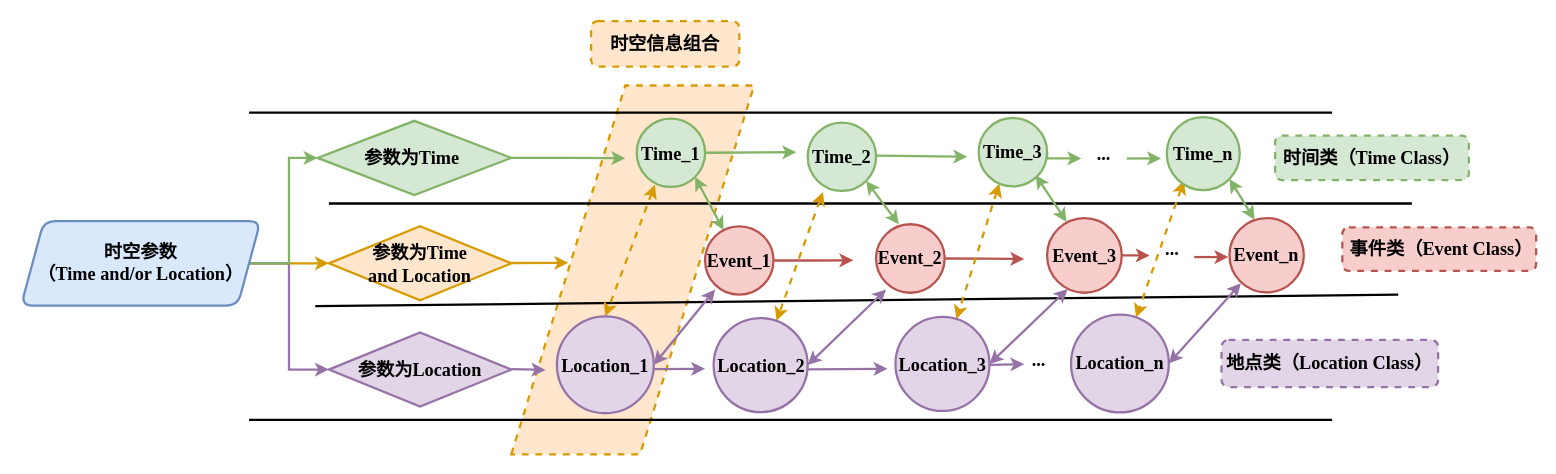
junchaoIU/Diagrams_library keeps this draw.io diagram as time-space_model.drawio. Above is the earlier version. Source tidied: cells renumbered, new cells numbered last; positions are measured from the earlier drawing's top-left corner, leaving out a move shared by most shapes. Both pictures are drawn from the tidied source at 114%, with x=0, y=0 at pixel (21, 21).
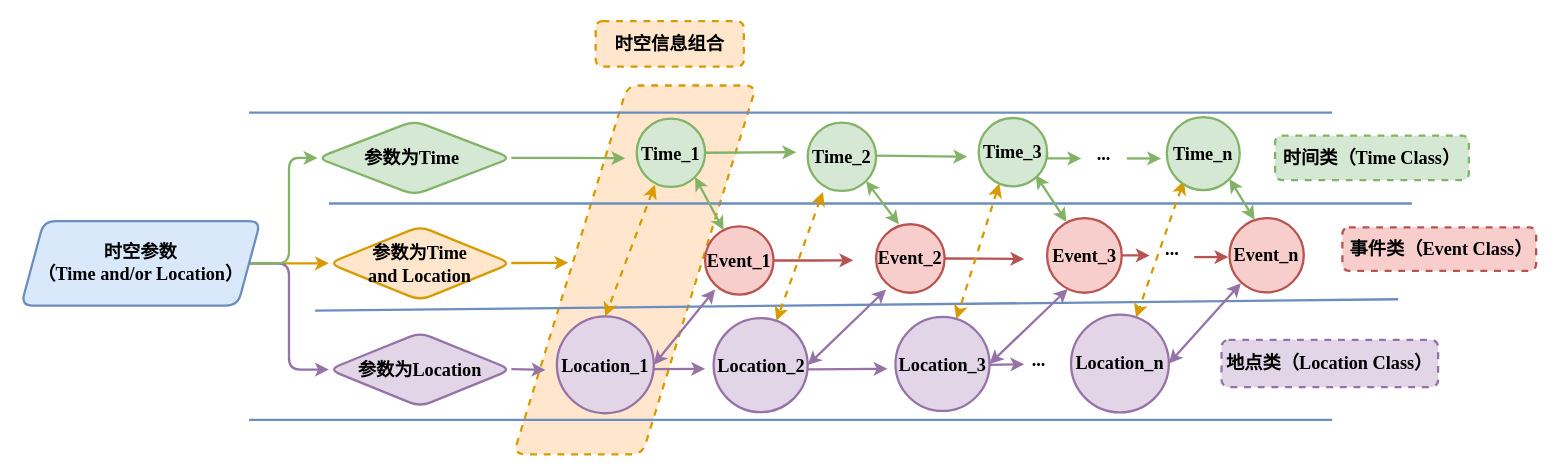
The same diagram, later.

Unchanged cells that the change refers to:
```xml
<mxCell id="10" value="&lt;font style=&quot;font-size: 16px;&quot;&gt;&lt;span style=&quot;font-size: 16px;&quot;&gt;时空参数&lt;br style=&quot;font-size: 16px;&quot;&gt;（Time and/or Location）&lt;/span&gt;&lt;/font&gt;" style="shape=parallelogram;perimeter=parallelogramPerimeter;whiteSpace=wrap;html=1;fixedSize=1;strokeWidth=2;fillColor=#dae8fc;strokeColor=#6c8ebf;rounded=1;fontSize=16;fontStyle=1;fontFamily=Times New Roman;" parent="1" vertex="1">
  <mxGeometry y="175.4" width="210" height="74.1" as="geometry" />
</mxCell>
```

Diff of the diagram source:
```diff
@@
-    <mxCell id="2" style="shape=parallelogram;perimeter=parallelogramPerimeter;whiteSpace=wrap;html=1;fixedSize=1;strokeWidth=2;size=100;dashed=1;fillColor=#ffe6cc;strokeColor=#d79b00;fontSize=16;fontStyle=1;fontFamily=Times New Roman;" parent="1" vertex="1">
-      <mxGeometry x="430" y="56.5" width="213" height="323.5" as="geometry" />
+    <mxCell id="2" style="shape=parallelogram;perimeter=parallelogramPerimeter;whiteSpace=wrap;html=1;fixedSize=1;strokeWidth=2;size=100;dashed=1;fillColor=#ffe6cc;strokeColor=#d79b00;fontSize=16;fontStyle=1;fontFamily=Times New Roman;rounded=1;" parent="1" vertex="1">
+      <mxGeometry x="432" y="56.5" width="213" height="323.5" as="geometry" />
     </mxCell>
-    <mxCell id="3" style="endArrow=none;html=1;strokeWidth=2;fontSize=16;fontStyle=1;fontFamily=Times New Roman;" parent="1" edge="1">
+    <mxCell id="3" style="endArrow=none;html=1;strokeWidth=2;fontSize=16;fontStyle=1;fontFamily=Times New Roman;fillColor=#dae8fc;strokeColor=#6c8ebf;" parent="1" edge="1">
       <mxGeometry relative="1" as="geometry">
         <mxPoint x="200" y="80.2" as="sourcePoint" />
         <mxPoint x="1150" y="80.2" as="targetPoint" />
       </mxGeometry>
     </mxCell>
-    <mxCell id="4" style="endArrow=none;html=1;strokeWidth=2;fontSize=16;fontStyle=1;fontFamily=Times New Roman;" parent="1" edge="1">
+    <mxCell id="4" style="endArrow=none;html=1;strokeWidth=2;fontSize=16;fontStyle=1;fontFamily=Times New Roman;fillColor=#dae8fc;strokeColor=#6c8ebf;" parent="1" edge="1">
       <mxGeometry relative="1" as="geometry">
         <mxPoint x="200" y="349.8" as="sourcePoint" />
         <mxPoint x="1150" y="349.8" as="targetPoint" />
       </mxGeometry>
     </mxCell>
-    <mxCell id="5" style="endArrow=none;html=1;strokeWidth=2;fontSize=16;fontStyle=1;fontFamily=Times New Roman;" parent="1" edge="1">
+    <mxCell id="5" style="endArrow=none;html=1;strokeWidth=2;fontSize=16;fontStyle=1;fontFamily=Times New Roman;fillColor=#dae8fc;strokeColor=#6c8ebf;" parent="1" edge="1">
       <mxGeometry relative="1" as="geometry">
-        <mxPoint x="258" y="250" as="sourcePoint" />
-        <mxPoint x="1208" y="240" as="targetPoint" />
+        <mxPoint x="258" y="254" as="sourcePoint" />
+        <mxPoint x="1208" y="244" as="targetPoint" />
       </mxGeometry>
     </mxCell>
-    <mxCell id="6" style="endArrow=none;html=1;strokeWidth=2;fontSize=16;fontStyle=1;fontFamily=Times New Roman;" parent="1" edge="1">
+    <mxCell id="6" style="endArrow=none;html=1;strokeWidth=2;fontSize=16;fontStyle=1;fontFamily=Times New Roman;fillColor=#dae8fc;strokeColor=#6c8ebf;" parent="1" edge="1">
       <mxGeometry relative="1" as="geometry">
         <mxPoint x="270" y="160" as="sourcePoint" />
         <mxPoint x="1220" y="160" as="targetPoint" />
       </mxGeometry>
     </mxCell>
@@
-    <mxCell id="8" style="edgeStyle=orthogonalEdgeStyle;rounded=0;jettySize=auto;html=1;exitX=1;exitY=0.5;exitDx=0;exitDy=0;entryX=0;entryY=0.5;entryDx=0;entryDy=0;fontFamily=Times New Roman;fontSize=16;strokeWidth=2;fontStyle=1;fillColor=#e1d5e7;strokeColor=#9673a6;" parent="1" edge="1" target="14">
+    <mxCell id="8" style="edgeStyle=orthogonalEdgeStyle;rounded=1;jettySize=auto;html=1;exitX=1;exitY=0.5;exitDx=0;exitDy=0;entryX=0;entryY=0.5;entryDx=0;entryDy=0;fontFamily=Times New Roman;fontSize=16;strokeWidth=2;fontStyle=1;fillColor=#e1d5e7;strokeColor=#9673a6;" parent="1" edge="1" target="14">
       <mxGeometry relative="1" as="geometry">
         <mxPoint x="195" y="212.5" as="sourcePoint" />
         <Array as="points">
           <mxPoint x="235" y="213" />
           <mxPoint x="235" y="306" />
         </Array>
       </mxGeometry>
     </mxCell>
-    <mxCell id="9" style="edgeStyle=orthogonalEdgeStyle;rounded=0;jettySize=auto;html=1;exitX=1;exitY=0.5;exitDx=0;exitDy=0;entryX=0;entryY=0.5;entryDx=0;entryDy=0;fontFamily=Times New Roman;fontSize=16;strokeWidth=2;fontStyle=1;fillColor=#d5e8d4;strokeColor=#82b366;" parent="1" edge="1" source="10" target="13">
+    <mxCell id="9" style="edgeStyle=orthogonalEdgeStyle;rounded=1;jettySize=auto;html=1;exitX=1;exitY=0.5;exitDx=0;exitDy=0;entryX=0;entryY=0.5;entryDx=0;entryDy=0;fontFamily=Times New Roman;fontSize=16;strokeWidth=2;fontStyle=1;fillColor=#d5e8d4;strokeColor=#82b366;" parent="1" edge="1" source="10" target="13">
       <mxGeometry relative="1" as="geometry" />
     </mxCell>
@@
-    <mxCell id="11" value="&lt;font style=&quot;font-size: 16px;&quot;&gt;&lt;span style=&quot;font-size: 16px;&quot;&gt;参数为Time &lt;br style=&quot;font-size: 16px;&quot;&gt;and Location&lt;/span&gt;&lt;/font&gt;" style="rhombus;whiteSpace=wrap;html=1;strokeWidth=2;fillColor=#ffe6cc;strokeColor=#d79b00;fontSize=16;fontStyle=1;fontFamily=Times New Roman;" parent="1" vertex="1">
+    <mxCell id="11" value="&lt;font style=&quot;font-size: 16px;&quot;&gt;&lt;span style=&quot;font-size: 16px;&quot;&gt;参数为Time &lt;br style=&quot;font-size: 16px;&quot;&gt;and Location&lt;/span&gt;&lt;/font&gt;" style="rhombus;whiteSpace=wrap;html=1;strokeWidth=2;fillColor=#ffe6cc;strokeColor=#d79b00;fontSize=16;fontStyle=1;fontFamily=Times New Roman;rounded=1;" parent="1" vertex="1">
       <mxGeometry x="270" y="180" width="160" height="65" as="geometry" />
     </mxCell>
@@
-    <mxCell id="13" value="&lt;font style=&quot;font-size: 16px;&quot;&gt;&lt;span style=&quot;font-size: 16px;&quot;&gt;参&lt;font style=&quot;font-size: 16px;&quot;&gt;数为Time&amp;nbsp;&lt;/font&gt;&lt;/span&gt;&lt;/font&gt;" style="rhombus;whiteSpace=wrap;html=1;strokeWidth=2;fillColor=#d5e8d4;strokeColor=#82b366;fontSize=16;fontStyle=1;fontFamily=Times New Roman;" parent="1" vertex="1">
+    <mxCell id="13" value="&lt;font style=&quot;font-size: 16px;&quot;&gt;&lt;span style=&quot;font-size: 16px;&quot;&gt;参&lt;font style=&quot;font-size: 16px;&quot;&gt;数为Time&amp;nbsp;&lt;/font&gt;&lt;/span&gt;&lt;/font&gt;" style="rhombus;whiteSpace=wrap;html=1;strokeWidth=2;fillColor=#d5e8d4;strokeColor=#82b366;fontSize=16;fontStyle=1;fontFamily=Times New Roman;rounded=1;" parent="1" vertex="1">
       <mxGeometry x="260" y="87.5" width="170" height="65" as="geometry" />
     </mxCell>
-    <mxCell id="14" value="&lt;font style=&quot;font-size: 16px;&quot;&gt;&lt;span style=&quot;font-size: 16px;&quot;&gt;参数为Location&lt;/span&gt;&lt;/font&gt;" style="rhombus;whiteSpace=wrap;html=1;strokeWidth=2;fillColor=#e1d5e7;strokeColor=#9673a6;fontSize=16;fontStyle=1;fontFamily=Times New Roman;" parent="1" vertex="1">
+    <mxCell id="14" value="&lt;font style=&quot;font-size: 16px;&quot;&gt;&lt;span style=&quot;font-size: 16px;&quot;&gt;参数为Location&lt;/span&gt;&lt;/font&gt;" style="rhombus;whiteSpace=wrap;html=1;strokeWidth=2;fillColor=#e1d5e7;strokeColor=#9673a6;fontSize=16;fontStyle=1;fontFamily=Times New Roman;rounded=1;" parent="1" vertex="1">
       <mxGeometry x="270" y="273.2" width="160" height="65" as="geometry" />
     </mxCell>
@@
     <mxCell id="49" value="&lt;font style=&quot;font-size: 16px;&quot;&gt;&lt;span style=&quot;font-size: 16px;&quot;&gt;时空信息组合&lt;br style=&quot;font-size: 16px;&quot;&gt;&lt;/span&gt;&lt;/font&gt;" style="text;html=1;strokeColor=#d79b00;fillColor=#ffe6cc;align=center;verticalAlign=middle;whiteSpace=wrap;rounded=1;dashed=1;strokeWidth=2;fontSize=16;fontStyle=1;fontFamily=Times New Roman;" parent="1" vertex="1">
-      <mxGeometry x="500" width="130" height="40" as="geometry" />
+      <mxGeometry x="504" width="130" height="40" as="geometry" />
     </mxCell>
```
